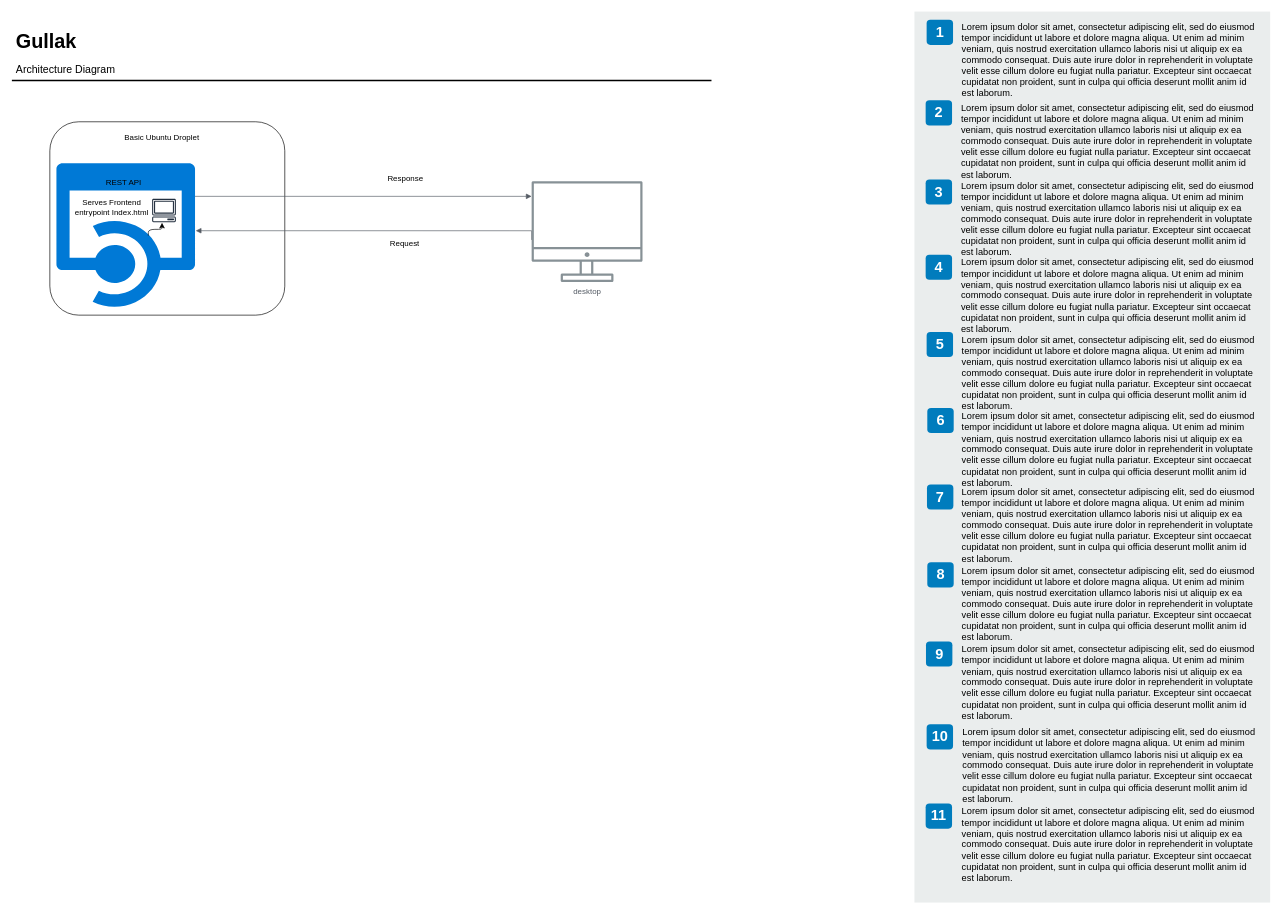
Earlier version of the draw.io diagram .vscode/Untitled Diagram.drawio (talal-najam/gullak). Source tidied: cells renumbered, new cells numbered last; positions are measured from the earlier drawing's top-left corner, leaving out a move shared by most shapes. Both pictures are drawn from the tidied source at 66%, with x=0, y=0 at pixel (11, 11).
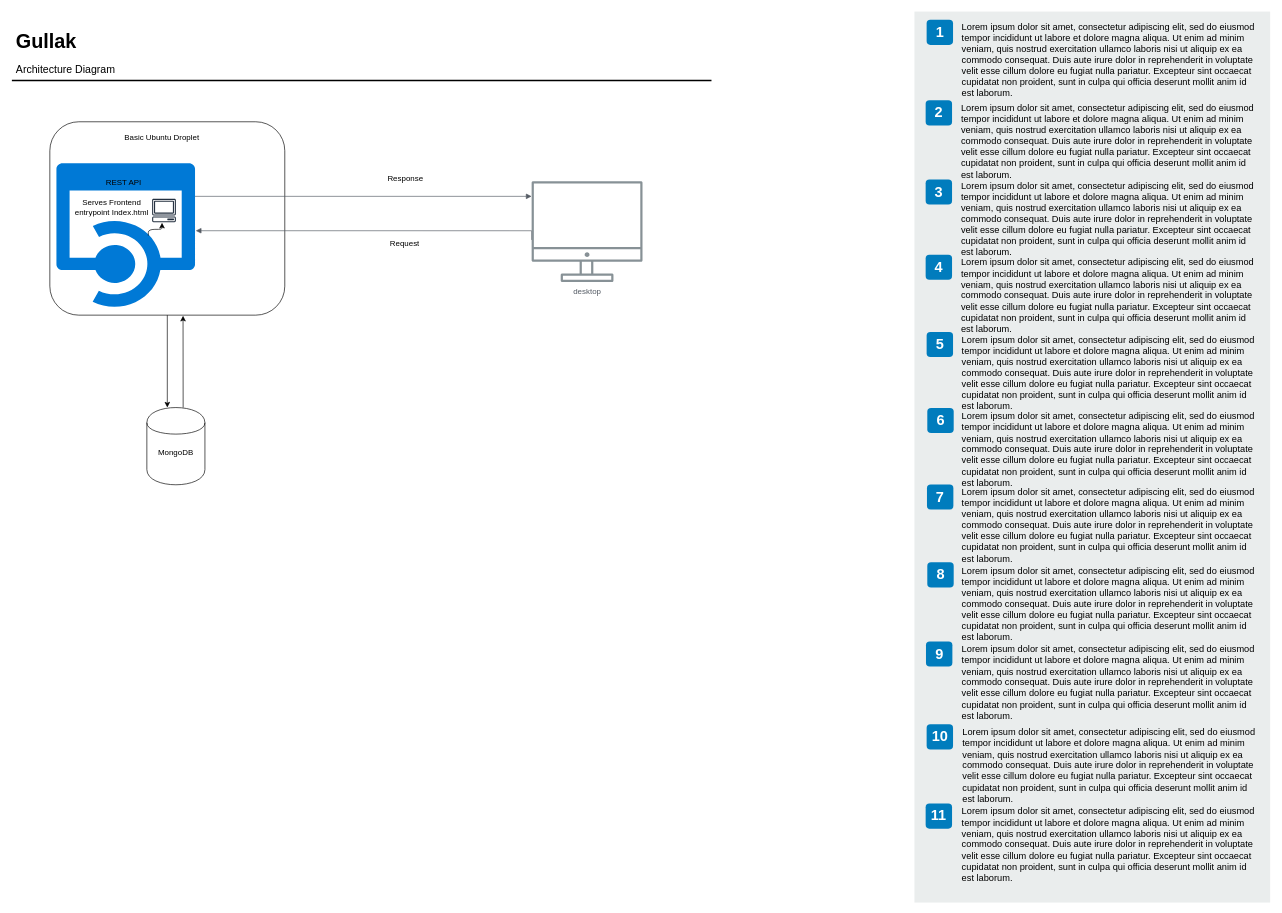
After the change.

Unchanged cells that the change refers to:
```xml
<mxCell id="28" style="rounded=1;whiteSpace=wrap;html=1;" parent="1" vertex="1">
  <mxGeometry x="58" y="167" width="356" height="293" as="geometry" />
</mxCell>
```

The edit, as a diff of the source:
```diff
@@
+    <mxCell id="40" style="shape=cylinder;whiteSpace=wrap;html=1;boundedLbl=1;backgroundOutline=1;" parent="1" vertex="1">
+      <mxGeometry x="205" y="600" width="88" height="117" as="geometry" />
+    </mxCell>
+    <mxCell id="41" style="endArrow=classic;html=1;entryX=0.567;entryY=1.003;entryDx=0;entryDy=0;entryPerimeter=0;" parent="1" edge="1" target="28">
+      <mxGeometry relative="1" as="geometry">
+        <mxPoint x="260" y="600" as="sourcePoint" />
+      </mxGeometry>
+    </mxCell>
+    <mxCell id="42" style="endArrow=classic;html=1;" parent="1" edge="1" source="28">
+      <mxGeometry relative="1" as="geometry">
+        <mxPoint x="236" y="600" as="targetPoint" />
+      </mxGeometry>
+    </mxCell>
+    <mxCell id="43" value="MongoDB" style="text;html=1;strokeColor=none;fillColor=none;align=center;verticalAlign=middle;whiteSpace=wrap;overflow=hidden;" parent="1" vertex="1">
+      <mxGeometry x="209" y="658.5" width="80" height="20" as="geometry" />
+    </mxCell>
```
